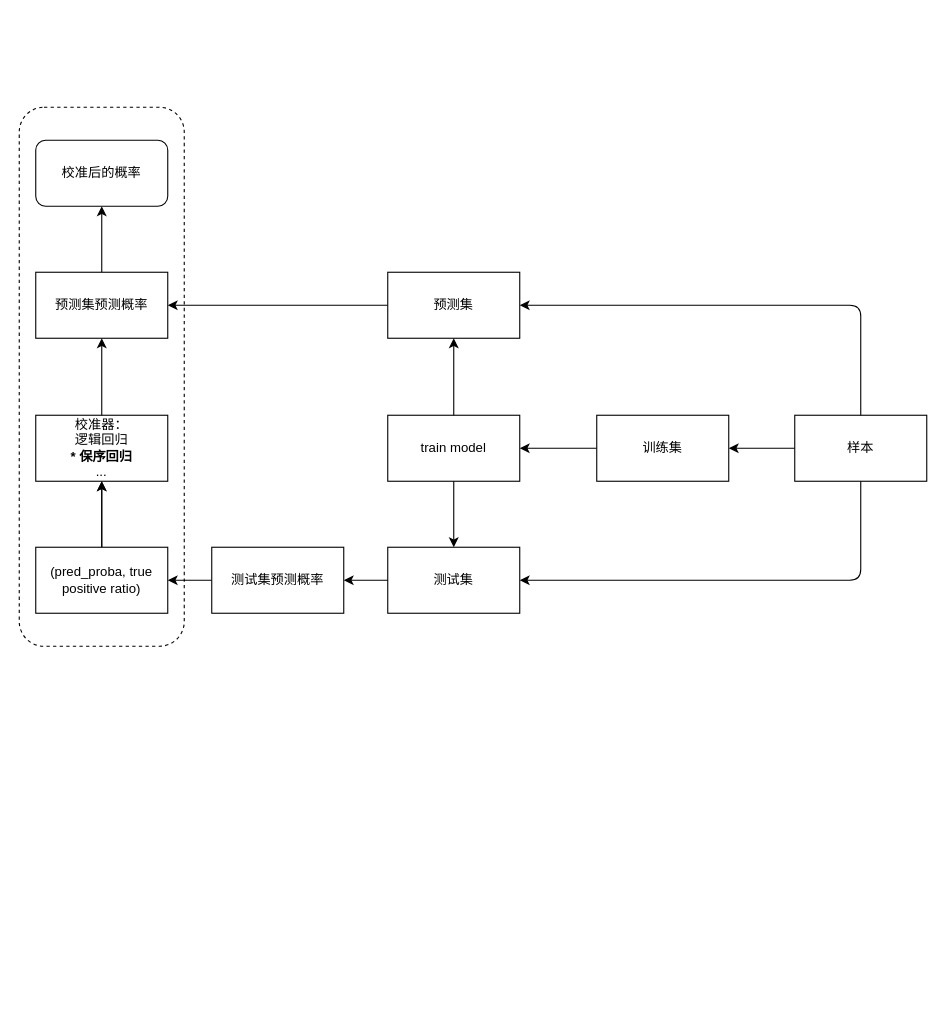
This is models/calibration.drawio from dawangbaixiaofu/credit, a draw.io file, before an edit. Source tidied: cells renumbered, new cells numbered last; positions are measured from the earlier drawing's top-left corner, leaving out a move shared by most shapes. Both pictures are drawn from the tidied source at 110%, with x=0, y=0 at pixel (19, 107).
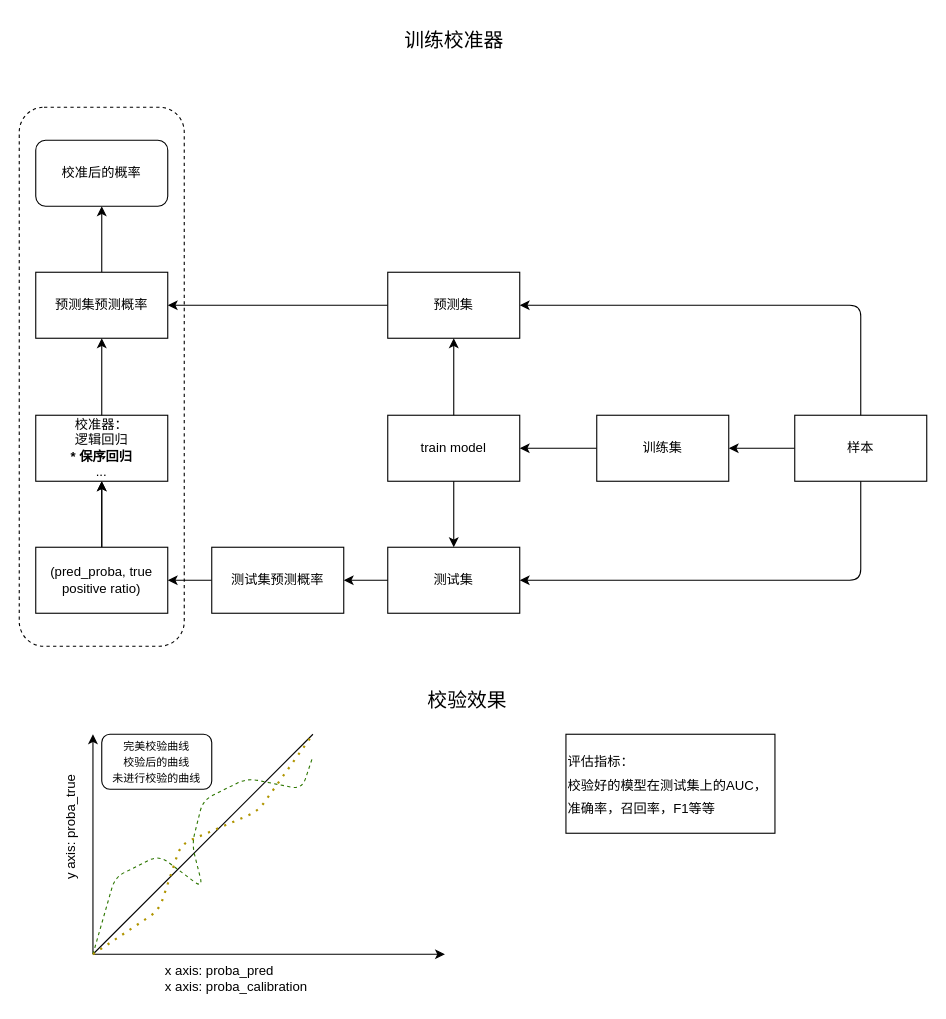
After the change.

The edit, as a diff of the source:
```diff
@@
+    <mxCell id="26" value="&lt;font style=&quot;font-size: 18px;&quot;&gt;训练校准器&lt;/font&gt;" style="text;html=1;align=center;verticalAlign=middle;strokeColor=none;fillColor=none;" parent="1" vertex="1">
+      <mxGeometry x="340" y="-80" width="110" height="40" as="geometry" />
+    </mxCell>
+    <mxCell id="27" value="校验效果" style="text;html=1;align=center;verticalAlign=middle;strokeColor=none;fillColor=none;fontSize=18;" parent="1" vertex="1">
+      <mxGeometry x="357" y="520" width="100" height="40" as="geometry" />
+    </mxCell>
+    <mxCell id="28" style="endArrow=classic;html=1;fontSize=18;" parent="1" edge="1">
+      <mxGeometry relative="1" as="geometry">
+        <mxPoint x="67" y="770" as="sourcePoint" />
+        <mxPoint x="67" y="570" as="targetPoint" />
+      </mxGeometry>
+    </mxCell>
+    <mxCell id="29" style="endArrow=classic;html=1;fontSize=18;" parent="1" edge="1">
+      <mxGeometry relative="1" as="geometry">
+        <mxPoint x="67" y="770" as="sourcePoint" />
+        <mxPoint x="387" y="770" as="targetPoint" />
+      </mxGeometry>
+    </mxCell>
+    <mxCell id="30" style="endArrow=none;html=1;fontSize=18;" parent="1" edge="1">
+      <mxGeometry relative="1" as="geometry">
+        <mxPoint x="67" y="770" as="sourcePoint" />
+        <mxPoint x="267" y="570" as="targetPoint" />
+      </mxGeometry>
+    </mxCell>
+    <mxCell id="31" style="endArrow=none;dashed=1;html=1;fontSize=18;fillColor=#60a917;strokeColor=#2D7600;" parent="1" edge="1">
+      <mxGeometry relative="1" as="geometry">
+        <mxPoint x="67" y="770" as="sourcePoint" />
+        <mxPoint x="267" y="590" as="targetPoint" />
+        <Array as="points">
+          <mxPoint x="87" y="700" />
+          <mxPoint x="127" y="680" />
+          <mxPoint x="167" y="710" />
+          <mxPoint x="157" y="670" />
+          <mxPoint x="167" y="630" />
+          <mxPoint x="207" y="610" />
+          <mxPoint x="257" y="620" />
+        </Array>
+      </mxGeometry>
+    </mxCell>
+    <mxCell id="32" style="endArrow=none;dashed=1;html=1;dashPattern=1 3;strokeWidth=2;fontSize=18;fillColor=#e3c800;strokeColor=#B09500;" parent="1" edge="1">
+      <mxGeometry relative="1" as="geometry">
+        <mxPoint x="67" y="770" as="sourcePoint" />
+        <mxPoint x="267" y="570" as="targetPoint" />
+        <Array as="points">
+          <mxPoint x="127" y="730" />
+          <mxPoint x="147" y="670" />
+          <mxPoint x="217" y="640" />
+        </Array>
+      </mxGeometry>
+    </mxCell>
+    <mxCell id="33" value="&lt;font style=&quot;font-size: 12px;&quot;&gt;评估指标：&lt;br&gt;校验好的模型在测试集上的AUC，准确率，召回率，F1等等&lt;/font&gt;" style="whiteSpace=wrap;html=1;fontSize=18;align=left;" parent="1" vertex="1">
+      <mxGeometry x="497" y="570" width="190" height="90" as="geometry" />
+    </mxCell>
+    <mxCell id="34" value="&lt;div&gt;&lt;font style=&quot;font-size: 10px;&quot;&gt;完美校验曲线&lt;/font&gt;&lt;/div&gt;&lt;div&gt;&lt;font style=&quot;font-size: 10px;&quot;&gt;校验后的曲线&lt;/font&gt;&lt;/div&gt;&lt;div&gt;&lt;font style=&quot;font-size: 10px;&quot;&gt;未进行校验的曲线&lt;/font&gt;&lt;/div&gt;" style="rounded=1;whiteSpace=wrap;html=1;fontSize=12;align=center;" parent="1" vertex="1">
+      <mxGeometry x="75" y="570" width="100" height="50" as="geometry" />
+    </mxCell>
+    <mxCell id="35" value="&lt;div style=&quot;text-align: left;&quot;&gt;&lt;span style=&quot;font-size: 12px; background-color: initial;&quot;&gt;x axis: proba_pred&lt;/span&gt;&lt;/div&gt;&lt;font style=&quot;font-size: 12px;&quot;&gt;&lt;div style=&quot;text-align: left;&quot;&gt;&lt;span style=&quot;background-color: initial;&quot;&gt;x axis: proba_calibration&lt;/span&gt;&lt;/div&gt;&lt;/font&gt;" style="text;html=1;align=center;verticalAlign=middle;strokeColor=none;fillColor=none;fontSize=10;" parent="1" vertex="1">
+      <mxGeometry x="122" y="772" width="150" height="40" as="geometry" />
+    </mxCell>
+    <mxCell id="36" value="y axis: proba_true" style="text;html=1;align=center;verticalAlign=middle;strokeColor=none;fillColor=none;fontSize=12;rotation=270;" parent="1" vertex="1">
+      <mxGeometry x="-13" y="640" width="120" height="30" as="geometry" />
+    </mxCell>
```
